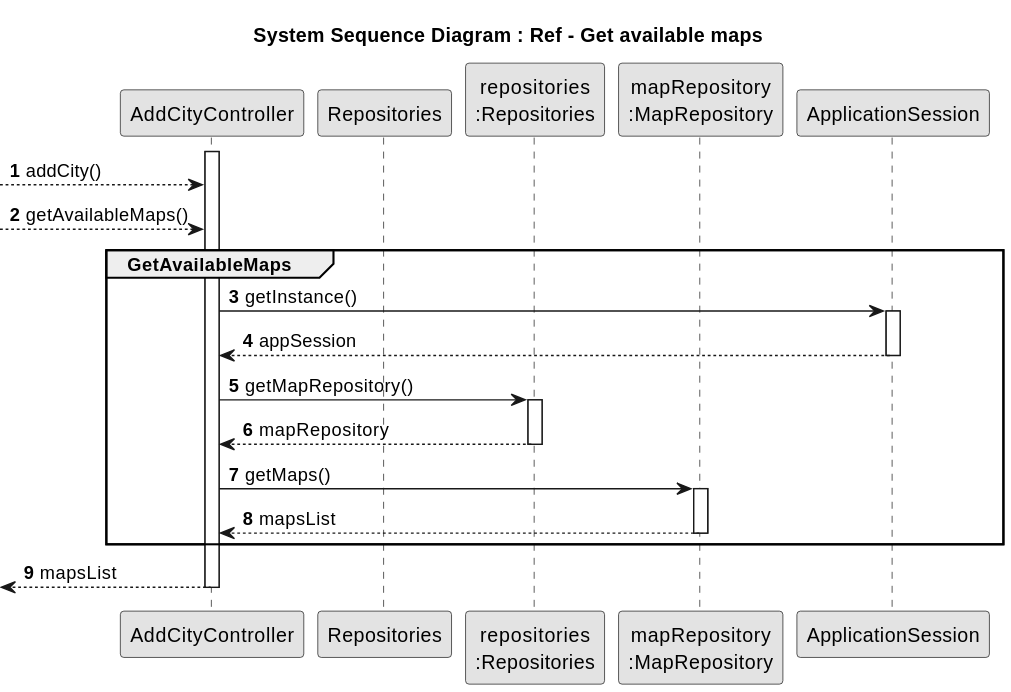
Earlier version of the PlantUML export docs/system-documentation/Sprint 2/US03/03.design/svg/US03-SD-get-available-maps.svg (HenriqueSilva18/Railway-Network-Simulator). Source of this version:
```plantuml
@startuml
skinparam monochrome true
skinparam packageStyle rectangle
skinparam shadowing false
autonumber

title System Sequence Diagram : Ref - Get available maps

participant AddCityController
participant Repositories
participant "repositories\n:Repositories" as REPOS_SINGLETON
participant "mapRepository\n:MapRepository" as REPOS_MAP
participant "ApplicationSession" as APP_SESSION


activate AddCityController
--> AddCityController: addCity()
--> AddCityController: getAvailableMaps()

group GetAvailableMaps
    AddCityController -> APP_SESSION: getInstance()
    activate APP_SESSION
        APP_SESSION --> AddCityController: appSession
    deactivate APP_SESSION

    AddCityController -> REPOS_SINGLETON: getMapRepository()
    activate REPOS_SINGLETON
        REPOS_SINGLETON --> AddCityController: mapRepository
    deactivate REPOS_SINGLETON

    AddCityController -> REPOS_MAP: getMaps()
    activate REPOS_MAP
        REPOS_MAP --> AddCityController: mapsList
    deactivate REPOS_MAP
end
<--AddCityController : mapsList
deactivate AddCityController
@enduml
```
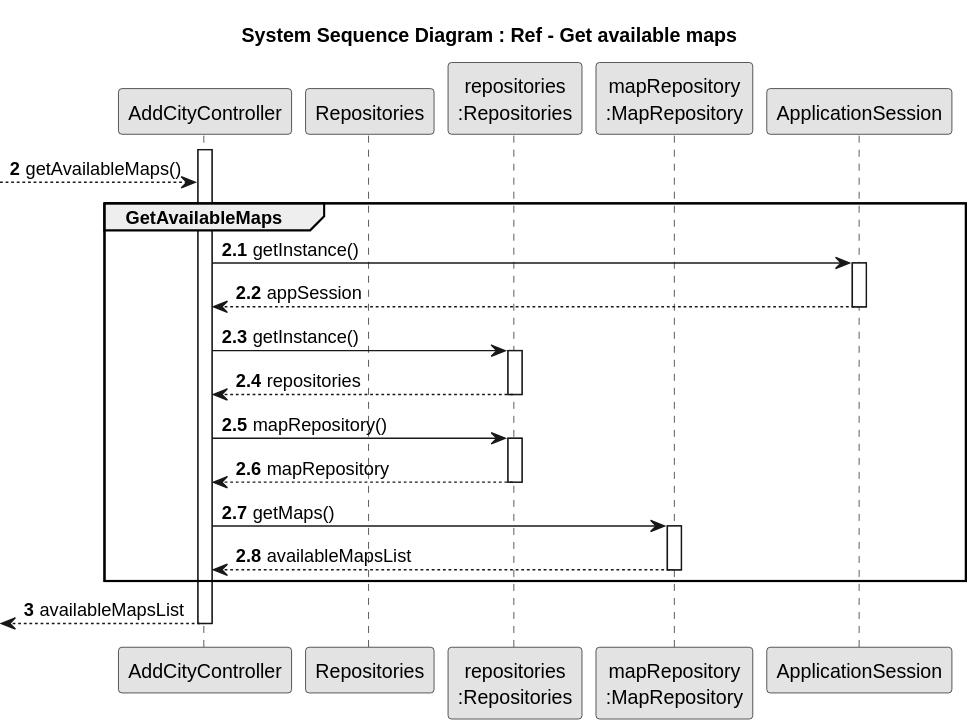
After the commit.

Change to the diagram source:
```diff
@@ -12,10 +12,11 @@
 participant "mapRepository\n:MapRepository" as REPOS_MAP
 participant "ApplicationSession" as APP_SESSION
 
+        autonumber 2
 
 activate AddCityController
---> AddCityController: addCity()
 --> AddCityController: getAvailableMaps()
+        autonumber 2.1
 
 group GetAvailableMaps
     AddCityController -> APP_SESSION: getInstance()
@@ -23,16 +24,23 @@
         APP_SESSION --> AddCityController: appSession
     deactivate APP_SESSION
 
-    AddCityController -> REPOS_SINGLETON: getMapRepository()
+    AddCityController -> REPOS_SINGLETON: getInstance()
+    activate REPOS_SINGLETON
+        REPOS_SINGLETON --> AddCityController: repositories
+    deactivate REPOS_SINGLETON
+
+    AddCityController -> REPOS_SINGLETON: mapRepository()
     activate REPOS_SINGLETON
         REPOS_SINGLETON --> AddCityController: mapRepository
     deactivate REPOS_SINGLETON
 
     AddCityController -> REPOS_MAP: getMaps()
     activate REPOS_MAP
-        REPOS_MAP --> AddCityController: mapsList
+        REPOS_MAP --> AddCityController: availableMapsList
     deactivate REPOS_MAP
 end
-<--AddCityController : mapsList
+        autonumber  3
+
+<--AddCityController : availableMapsList
 deactivate AddCityController
 @enduml
```
